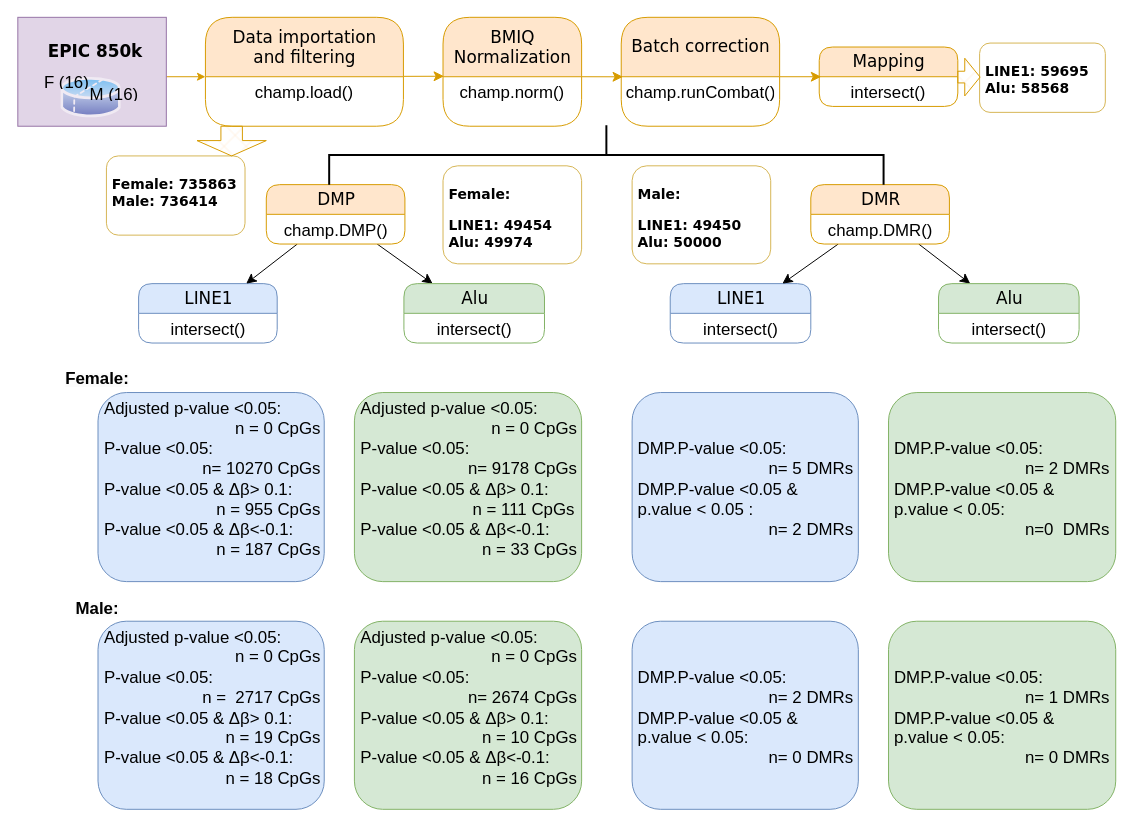
Above: LBP.drawio in mwLuan/image_storage (draw.io), before the change. Source tidied: cells renumbered, new cells numbered last; positions are measured from the earlier drawing's top-left corner, leaving out a move shared by most shapes. Both pictures are drawn from the tidied source at 99%, with x=0, y=0 at pixel (17, -123).
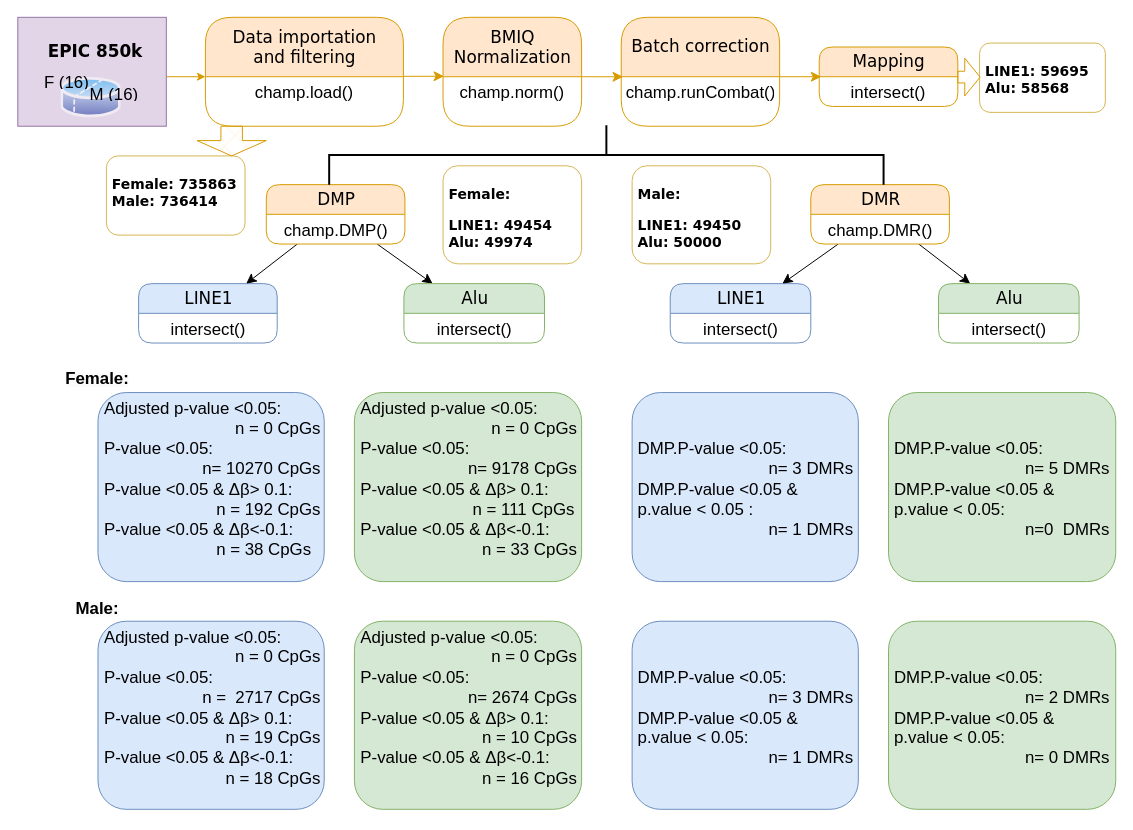
After the change.

Change to the diagram source:
```diff
@@
-    <mxCell id="27" value="&lt;font style=&quot;font-size: 17px;&quot;&gt;Adjusted p-value &amp;lt;0.05: &lt;br&gt;&amp;nbsp; &amp;nbsp; &amp;nbsp; &amp;nbsp; &amp;nbsp; &amp;nbsp; &amp;nbsp; &amp;nbsp; &amp;nbsp; &amp;nbsp; &amp;nbsp; &amp;nbsp; &amp;nbsp; &amp;nbsp; n = 0 CpGs &lt;br&gt;P-value &amp;lt;0.05: &lt;br&gt;&amp;nbsp; &amp;nbsp; &amp;nbsp; &amp;nbsp; &amp;nbsp; &amp;nbsp; &amp;nbsp; &amp;nbsp; &amp;nbsp; &amp;nbsp; &amp;nbsp;n= 10270 CpGs&lt;br&gt;P-value &amp;lt;0.05 &amp;amp; Δβ&amp;gt; 0.1:&lt;br&gt;&amp;nbsp; &amp;nbsp; &amp;nbsp; &amp;nbsp; &amp;nbsp; &amp;nbsp; &amp;nbsp; &amp;nbsp; &amp;nbsp; &amp;nbsp; &amp;nbsp; &amp;nbsp; n = 955 CpGs&lt;br&gt;P-value &amp;lt;0.05 &amp;amp; Δβ&amp;lt;-0.1: &lt;br&gt;&amp;nbsp; &amp;nbsp; &amp;nbsp; &amp;nbsp; &amp;nbsp; &amp;nbsp; &amp;nbsp; &amp;nbsp; &amp;nbsp; &amp;nbsp; &amp;nbsp; &amp;nbsp; n = 187 CpGs&lt;/font&gt;" style="text;html=1;spacingLeft=4;spacingRight=4;whiteSpace=wrap;overflow=hidden;align=left;rounded=1;fillColor=#dae8fc;strokeColor=#6c8ebf;" parent="1" vertex="1">
+    <mxCell id="27" value="&lt;font style=&quot;font-size: 17px;&quot;&gt;Adjusted p-value &amp;lt;0.05: &lt;br&gt;&amp;nbsp; &amp;nbsp; &amp;nbsp; &amp;nbsp; &amp;nbsp; &amp;nbsp; &amp;nbsp; &amp;nbsp; &amp;nbsp; &amp;nbsp; &amp;nbsp; &amp;nbsp; &amp;nbsp; &amp;nbsp; n = 0 CpGs &lt;br&gt;P-value &amp;lt;0.05: &lt;br&gt;&amp;nbsp; &amp;nbsp; &amp;nbsp; &amp;nbsp; &amp;nbsp; &amp;nbsp; &amp;nbsp; &amp;nbsp; &amp;nbsp; &amp;nbsp; &amp;nbsp;n= 10270 CpGs&lt;br&gt;P-value &amp;lt;0.05 &amp;amp; Δβ&amp;gt; 0.1:&lt;br&gt;&amp;nbsp; &amp;nbsp; &amp;nbsp; &amp;nbsp; &amp;nbsp; &amp;nbsp; &amp;nbsp; &amp;nbsp; &amp;nbsp; &amp;nbsp; &amp;nbsp; &amp;nbsp; n = 192 CpGs&lt;br&gt;P-value &amp;lt;0.05 &amp;amp; Δβ&amp;lt;-0.1: &lt;br&gt;&amp;nbsp; &amp;nbsp; &amp;nbsp; &amp;nbsp; &amp;nbsp; &amp;nbsp; &amp;nbsp; &amp;nbsp; &amp;nbsp; &amp;nbsp; &amp;nbsp; &amp;nbsp; n = 38 CpGs&lt;/font&gt;" style="text;html=1;spacingLeft=4;spacingRight=4;whiteSpace=wrap;overflow=hidden;align=left;rounded=1;fillColor=#dae8fc;strokeColor=#6c8ebf;" parent="1" vertex="1">
       <mxGeometry x="81.5" y="520" width="228.5" height="191" as="geometry" />
     </mxCell>
@@
-    <mxCell id="40" value="&lt;font style=&quot;font-size: 17px;&quot;&gt;&lt;br&gt;&lt;br&gt;DMP.P-value &amp;lt;0.05: &lt;br&gt;&amp;nbsp; &amp;nbsp; &amp;nbsp; &amp;nbsp; &amp;nbsp; &amp;nbsp; &amp;nbsp; &amp;nbsp; &amp;nbsp; &amp;nbsp; &amp;nbsp; &amp;nbsp; &amp;nbsp; &amp;nbsp; n= 5 DMRs&lt;br&gt;DMP.P-value &amp;lt;0.05 &amp;amp; p.value &amp;lt; 0.05&amp;nbsp;:&amp;nbsp; &amp;nbsp; &amp;nbsp; &amp;nbsp; &amp;nbsp; &amp;nbsp; &amp;nbsp; &amp;nbsp; &amp;nbsp; &amp;nbsp; &amp;nbsp; &amp;nbsp; &amp;nbsp; &amp;nbsp; &amp;nbsp; &amp;nbsp; &amp;nbsp; &amp;nbsp; &amp;nbsp; &amp;nbsp; &amp;nbsp; &amp;nbsp; &amp;nbsp; &amp;nbsp; &amp;nbsp; n= 2 DMRs&lt;/font&gt;" style="text;html=1;spacingLeft=4;spacingRight=4;whiteSpace=wrap;overflow=hidden;align=left;rounded=1;fillColor=#dae8fc;strokeColor=#6c8ebf;" parent="1" vertex="1">
+    <mxCell id="40" value="&lt;font style=&quot;font-size: 17px;&quot;&gt;&lt;br&gt;&lt;br&gt;DMP.P-value &amp;lt;0.05: &lt;br&gt;&amp;nbsp; &amp;nbsp; &amp;nbsp; &amp;nbsp; &amp;nbsp; &amp;nbsp; &amp;nbsp; &amp;nbsp; &amp;nbsp; &amp;nbsp; &amp;nbsp; &amp;nbsp; &amp;nbsp; &amp;nbsp; n= 3 DMRs&lt;br&gt;DMP.P-value &amp;lt;0.05 &amp;amp; p.value &amp;lt; 0.05&amp;nbsp;:&amp;nbsp; &amp;nbsp; &amp;nbsp; &amp;nbsp; &amp;nbsp; &amp;nbsp; &amp;nbsp; &amp;nbsp; &amp;nbsp; &amp;nbsp; &amp;nbsp; &amp;nbsp; &amp;nbsp; &amp;nbsp; &amp;nbsp; &amp;nbsp; &amp;nbsp; &amp;nbsp; &amp;nbsp; &amp;nbsp; &amp;nbsp; &amp;nbsp; &amp;nbsp; &amp;nbsp; &amp;nbsp; n= 1 DMRs&lt;/font&gt;" style="text;html=1;spacingLeft=4;spacingRight=4;whiteSpace=wrap;overflow=hidden;align=left;rounded=1;fillColor=#dae8fc;strokeColor=#6c8ebf;" parent="1" vertex="1">
       <mxGeometry x="621" y="520" width="228.5" height="191" as="geometry" />
     </mxCell>
-    <mxCell id="41" value="&lt;font style=&quot;font-size: 17px;&quot;&gt;&lt;br&gt;&lt;br&gt;DMP.P-value &amp;lt;0.05: &lt;br&gt;&amp;nbsp; &amp;nbsp; &amp;nbsp; &amp;nbsp; &amp;nbsp; &amp;nbsp; &amp;nbsp; &amp;nbsp; &amp;nbsp; &amp;nbsp; &amp;nbsp; &amp;nbsp; &amp;nbsp; &amp;nbsp; n= 2 DMRs&lt;br style=&quot;border-color: var(--border-color);&quot;&gt;DMP.P-value &amp;lt;0.05 &amp;amp; p.value &amp;lt; 0.05:&amp;nbsp; &amp;nbsp; &amp;nbsp; &amp;nbsp; &amp;nbsp; &amp;nbsp; &amp;nbsp; &amp;nbsp; &amp;nbsp; &amp;nbsp; &amp;nbsp; &amp;nbsp; &amp;nbsp; &amp;nbsp; &amp;nbsp; &amp;nbsp; &amp;nbsp; &amp;nbsp; &amp;nbsp; &amp;nbsp; &amp;nbsp; &amp;nbsp; &amp;nbsp; &amp;nbsp; &amp;nbsp; n=0&amp;nbsp; DMRs&lt;/font&gt;" style="text;html=1;spacingLeft=4;spacingRight=4;whiteSpace=wrap;overflow=hidden;align=left;rounded=1;fillColor=#d5e8d4;strokeColor=#82b366;" parent="1" vertex="1">
+    <mxCell id="41" value="&lt;font style=&quot;font-size: 17px;&quot;&gt;&lt;br&gt;&lt;br&gt;DMP.P-value &amp;lt;0.05: &lt;br&gt;&amp;nbsp; &amp;nbsp; &amp;nbsp; &amp;nbsp; &amp;nbsp; &amp;nbsp; &amp;nbsp; &amp;nbsp; &amp;nbsp; &amp;nbsp; &amp;nbsp; &amp;nbsp; &amp;nbsp; &amp;nbsp; n= 5 DMRs&lt;br style=&quot;border-color: var(--border-color);&quot;&gt;DMP.P-value &amp;lt;0.05 &amp;amp; p.value &amp;lt; 0.05:&amp;nbsp; &amp;nbsp; &amp;nbsp; &amp;nbsp; &amp;nbsp; &amp;nbsp; &amp;nbsp; &amp;nbsp; &amp;nbsp; &amp;nbsp; &amp;nbsp; &amp;nbsp; &amp;nbsp; &amp;nbsp; &amp;nbsp; &amp;nbsp; &amp;nbsp; &amp;nbsp; &amp;nbsp; &amp;nbsp; &amp;nbsp; &amp;nbsp; &amp;nbsp; &amp;nbsp; &amp;nbsp; n=0&amp;nbsp; DMRs&lt;/font&gt;" style="text;html=1;spacingLeft=4;spacingRight=4;whiteSpace=wrap;overflow=hidden;align=left;rounded=1;fillColor=#d5e8d4;strokeColor=#82b366;" parent="1" vertex="1">
       <mxGeometry x="880" y="520" width="229.5" height="191" as="geometry" />
     </mxCell>
-    <mxCell id="42" value="&lt;font style=&quot;font-size: 17px;&quot;&gt;&lt;br&gt;&lt;br&gt;DMP.P-value &amp;lt;0.05: &lt;br&gt;&amp;nbsp; &amp;nbsp; &amp;nbsp; &amp;nbsp; &amp;nbsp; &amp;nbsp; &amp;nbsp; &amp;nbsp; &amp;nbsp; &amp;nbsp; &amp;nbsp; &amp;nbsp; &amp;nbsp; &amp;nbsp; n= 2 DMRs&lt;br style=&quot;border-color: var(--border-color);&quot;&gt;DMP.P-value &amp;lt;0.05 &amp;amp; p.value &amp;lt; 0.05: &lt;br&gt;&amp;nbsp; &amp;nbsp; &amp;nbsp; &amp;nbsp; &amp;nbsp; &amp;nbsp; &amp;nbsp; &amp;nbsp; &amp;nbsp; &amp;nbsp; &amp;nbsp; &amp;nbsp; &amp;nbsp; &amp;nbsp; n= 0 DMRs&lt;/font&gt;" style="text;html=1;spacingLeft=4;spacingRight=4;whiteSpace=wrap;overflow=hidden;align=left;rounded=1;fillColor=#dae8fc;strokeColor=#6c8ebf;" parent="1" vertex="1">
+    <mxCell id="42" value="&lt;font style=&quot;font-size: 17px;&quot;&gt;&lt;br&gt;&lt;br&gt;DMP.P-value &amp;lt;0.05: &lt;br&gt;&amp;nbsp; &amp;nbsp; &amp;nbsp; &amp;nbsp; &amp;nbsp; &amp;nbsp; &amp;nbsp; &amp;nbsp; &amp;nbsp; &amp;nbsp; &amp;nbsp; &amp;nbsp; &amp;nbsp; &amp;nbsp; n= 3 DMRs&lt;br style=&quot;border-color: var(--border-color);&quot;&gt;DMP.P-value &amp;lt;0.05 &amp;amp; p.value &amp;lt; 0.05: &lt;br&gt;&amp;nbsp; &amp;nbsp; &amp;nbsp; &amp;nbsp; &amp;nbsp; &amp;nbsp; &amp;nbsp; &amp;nbsp; &amp;nbsp; &amp;nbsp; &amp;nbsp; &amp;nbsp; &amp;nbsp; &amp;nbsp; n= 1 DMRs&lt;/font&gt;" style="text;html=1;spacingLeft=4;spacingRight=4;whiteSpace=wrap;overflow=hidden;align=left;rounded=1;fillColor=#dae8fc;strokeColor=#6c8ebf;" parent="1" vertex="1">
       <mxGeometry x="621" y="751" width="228.5" height="190" as="geometry" />
     </mxCell>
-    <mxCell id="43" value="&lt;font style=&quot;font-size: 17px;&quot;&gt;&lt;br&gt;&lt;br&gt;DMP.P-value &amp;lt;0.05: &lt;br&gt;&amp;nbsp; &amp;nbsp; &amp;nbsp; &amp;nbsp; &amp;nbsp; &amp;nbsp; &amp;nbsp; &amp;nbsp; &amp;nbsp; &amp;nbsp; &amp;nbsp; &amp;nbsp; &amp;nbsp; &amp;nbsp; n= 1 DMRs&lt;br style=&quot;border-color: var(--border-color);&quot;&gt;DMP.P-value &amp;lt;0.05 &amp;amp; p.value &amp;lt; 0.05: &lt;br&gt;&amp;nbsp; &amp;nbsp; &amp;nbsp; &amp;nbsp; &amp;nbsp; &amp;nbsp; &amp;nbsp; &amp;nbsp; &amp;nbsp; &amp;nbsp; &amp;nbsp; &amp;nbsp; &amp;nbsp; &amp;nbsp; n= 0 DMRs&lt;/font&gt;" style="text;html=1;spacingLeft=4;spacingRight=4;whiteSpace=wrap;overflow=hidden;align=left;rounded=1;fillColor=#d5e8d4;strokeColor=#82b366;" parent="1" vertex="1">
+    <mxCell id="43" value="&lt;font style=&quot;font-size: 17px;&quot;&gt;&lt;br&gt;&lt;br&gt;DMP.P-value &amp;lt;0.05: &lt;br&gt;&amp;nbsp; &amp;nbsp; &amp;nbsp; &amp;nbsp; &amp;nbsp; &amp;nbsp; &amp;nbsp; &amp;nbsp; &amp;nbsp; &amp;nbsp; &amp;nbsp; &amp;nbsp; &amp;nbsp; &amp;nbsp; n= 2 DMRs&lt;br style=&quot;border-color: var(--border-color);&quot;&gt;DMP.P-value &amp;lt;0.05 &amp;amp; p.value &amp;lt; 0.05: &lt;br&gt;&amp;nbsp; &amp;nbsp; &amp;nbsp; &amp;nbsp; &amp;nbsp; &amp;nbsp; &amp;nbsp; &amp;nbsp; &amp;nbsp; &amp;nbsp; &amp;nbsp; &amp;nbsp; &amp;nbsp; &amp;nbsp; n= 0 DMRs&lt;/font&gt;" style="text;html=1;spacingLeft=4;spacingRight=4;whiteSpace=wrap;overflow=hidden;align=left;rounded=1;fillColor=#d5e8d4;strokeColor=#82b366;" parent="1" vertex="1">
       <mxGeometry x="880" y="751" width="229.5" height="190" as="geometry" />
     </mxCell>
```
